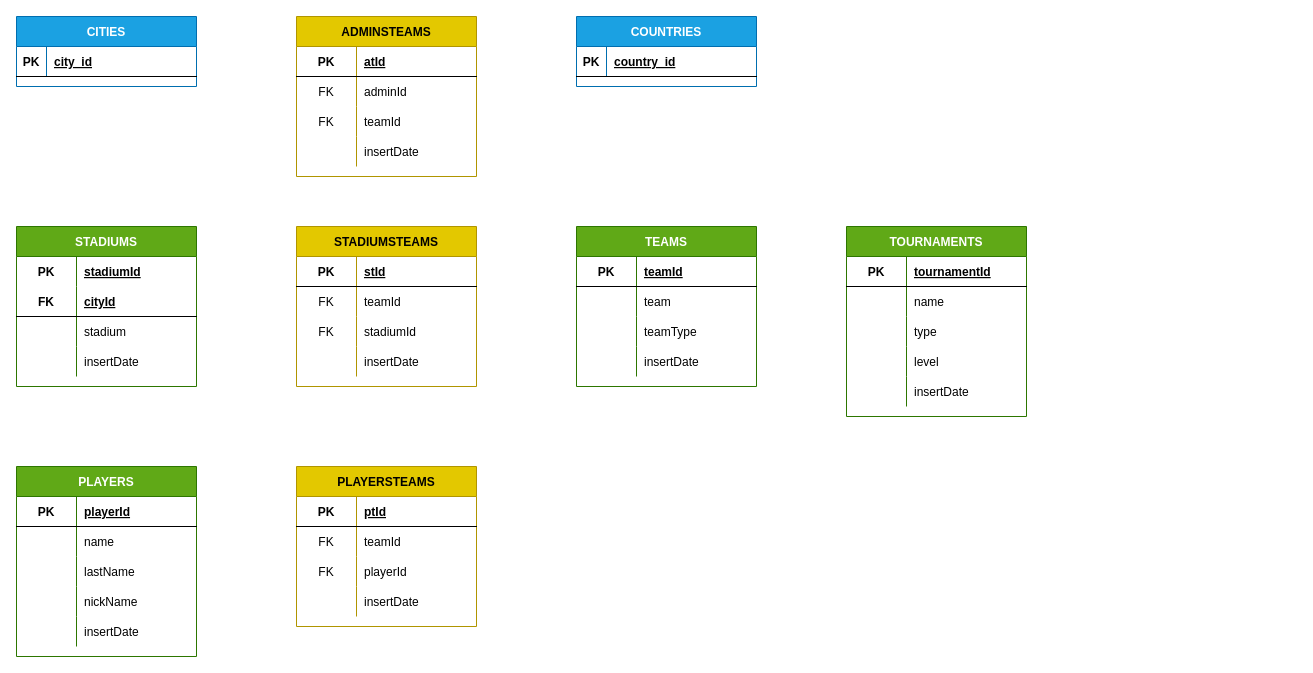
Before: soccer/DataModel/soccerModelConcept.drawio in r3card0/soccer.stats, a draw.io diagram. Source tidied: cells renumbered, new cells numbered last; positions are measured from the earlier drawing's top-left corner, leaving out a move shared by most shapes. Both pictures are drawn from the tidied source at 100%, with x=0, y=0 at pixel (16, 16).
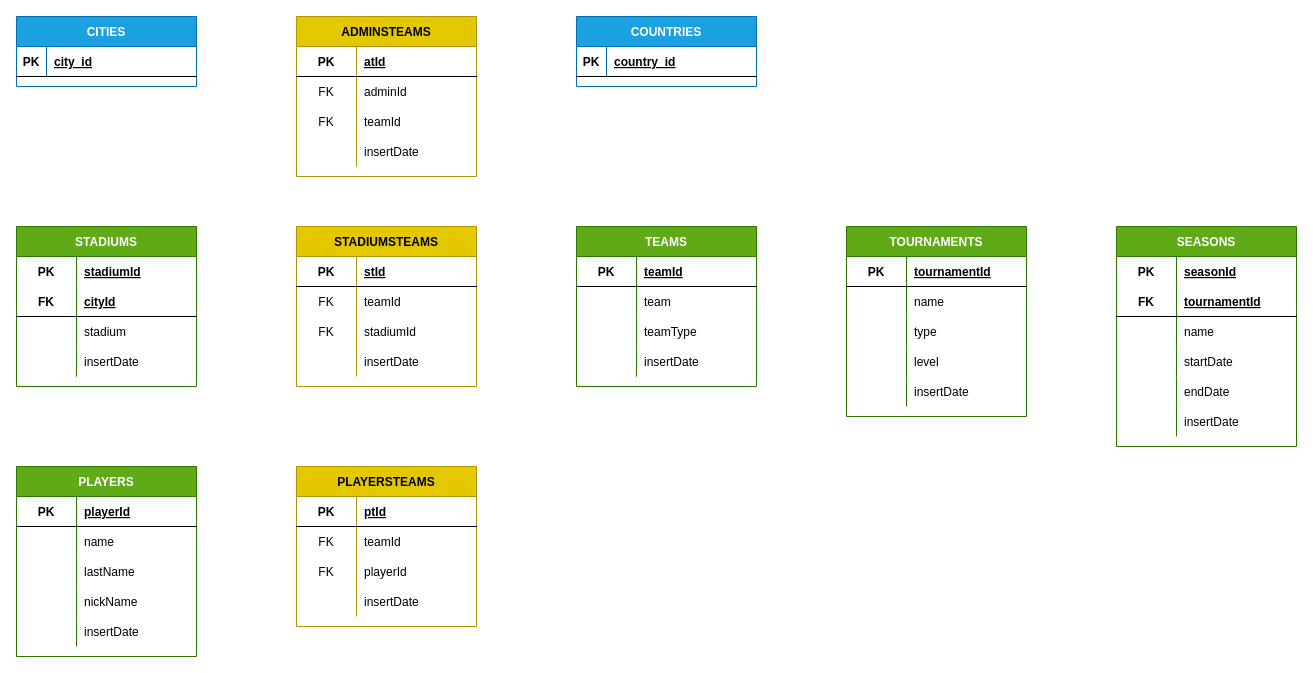
The same page after the edit.

Commit message:
added seasons table

The edit, as a diff of the source:
```diff
@@
+    <mxCell id="107" value="SEASONS" style="shape=table;startSize=30;childLayout=tableLayout;rowLines=0;fontStyle=1;align=center;fillColor=#60a917;fontColor=#ffffff;strokeColor=#2D7600;" parent="1" vertex="1">
+      <mxGeometry x="1100" y="210" width="180" height="220" as="geometry" />
+    </mxCell>
+    <mxCell id="108" style="shape=partialRectangle;fillColor=none;top=0;left=0;bottom=0;right=0;" parent="107" vertex="1">
+      <mxGeometry y="30" width="180" height="30" as="geometry" />
+    </mxCell>
+    <mxCell id="109" value="PK" style="shape=partialRectangle;fillColor=none;top=0;left=0;bottom=0;right=0;fontStyle=1;overflow=hidden;" parent="108" vertex="1">
+      <mxGeometry width="60" height="30" as="geometry" />
+    </mxCell>
+    <mxCell id="110" value="seasonId" style="shape=partialRectangle;fillColor=none;top=0;left=0;bottom=0;right=0;align=left;spacingLeft=6;fontStyle=5;overflow=hidden;" parent="108" vertex="1">
+      <mxGeometry x="60" width="120" height="30" as="geometry" />
+    </mxCell>
+    <mxCell id="111" style="shape=partialRectangle;fillColor=none;top=0;left=0;bottom=1;right=0;" parent="107" vertex="1">
+      <mxGeometry y="60" width="180" height="30" as="geometry" />
+    </mxCell>
+    <mxCell id="112" value="FK" style="shape=partialRectangle;fillColor=none;top=0;left=0;bottom=0;right=0;fontStyle=1;overflow=hidden;" parent="111" vertex="1">
+      <mxGeometry width="60" height="30" as="geometry" />
+    </mxCell>
+    <mxCell id="113" value="tournamentId" style="shape=partialRectangle;fillColor=none;top=0;left=0;bottom=0;right=0;align=left;spacingLeft=6;fontStyle=5;overflow=hidden;" parent="111" vertex="1">
+      <mxGeometry x="60" width="120" height="30" as="geometry" />
+    </mxCell>
+    <mxCell id="114" style="shape=partialRectangle;fillColor=none;top=0;left=0;bottom=0;right=0;" parent="107" vertex="1">
+      <mxGeometry y="90" width="180" height="30" as="geometry" />
+    </mxCell>
+    <mxCell id="115" style="shape=partialRectangle;fillColor=none;top=0;left=0;bottom=0;right=0;overflow=hidden;" parent="114" vertex="1">
+      <mxGeometry width="60" height="30" as="geometry" />
+    </mxCell>
+    <mxCell id="116" value="name" style="shape=partialRectangle;fillColor=none;top=0;left=0;bottom=0;right=0;align=left;spacingLeft=6;overflow=hidden;" parent="114" vertex="1">
+      <mxGeometry x="60" width="120" height="30" as="geometry" />
+    </mxCell>
+    <mxCell id="117" style="shape=partialRectangle;fillColor=none;top=0;left=0;bottom=0;right=0;" parent="107" vertex="1">
+      <mxGeometry y="120" width="180" height="30" as="geometry" />
+    </mxCell>
+    <mxCell id="118" style="shape=partialRectangle;fillColor=none;top=0;left=0;bottom=0;right=0;overflow=hidden;" parent="117" vertex="1">
+      <mxGeometry width="60" height="30" as="geometry" />
+    </mxCell>
+    <mxCell id="119" value="startDate" style="shape=partialRectangle;fillColor=none;top=0;left=0;bottom=0;right=0;align=left;spacingLeft=6;overflow=hidden;" parent="117" vertex="1">
+      <mxGeometry x="60" width="120" height="30" as="geometry" />
+    </mxCell>
+    <mxCell id="120" style="shape=partialRectangle;fillColor=none;top=0;left=0;bottom=0;right=0;" parent="107" vertex="1">
+      <mxGeometry y="150" width="180" height="30" as="geometry" />
+    </mxCell>
+    <mxCell id="121" style="shape=partialRectangle;fillColor=none;top=0;left=0;bottom=0;right=0;overflow=hidden;" parent="120" vertex="1">
+      <mxGeometry width="60" height="30" as="geometry" />
+    </mxCell>
+    <mxCell id="122" value="endDate" style="shape=partialRectangle;fillColor=none;top=0;left=0;bottom=0;right=0;align=left;spacingLeft=6;overflow=hidden;" parent="120" vertex="1">
+      <mxGeometry x="60" width="120" height="30" as="geometry" />
+    </mxCell>
+    <mxCell id="123" style="shape=partialRectangle;fillColor=none;top=0;left=0;bottom=0;right=0;" parent="107" vertex="1">
+      <mxGeometry y="180" width="180" height="30" as="geometry" />
+    </mxCell>
+    <mxCell id="124" style="shape=partialRectangle;fillColor=none;top=0;left=0;bottom=0;right=0;overflow=hidden;" parent="123" vertex="1">
+      <mxGeometry width="60" height="30" as="geometry" />
+    </mxCell>
+    <mxCell id="125" value="insertDate" style="shape=partialRectangle;fillColor=none;top=0;left=0;bottom=0;right=0;align=left;spacingLeft=6;overflow=hidden;" parent="123" vertex="1">
+      <mxGeometry x="60" width="120" height="30" as="geometry" />
+    </mxCell>
```
